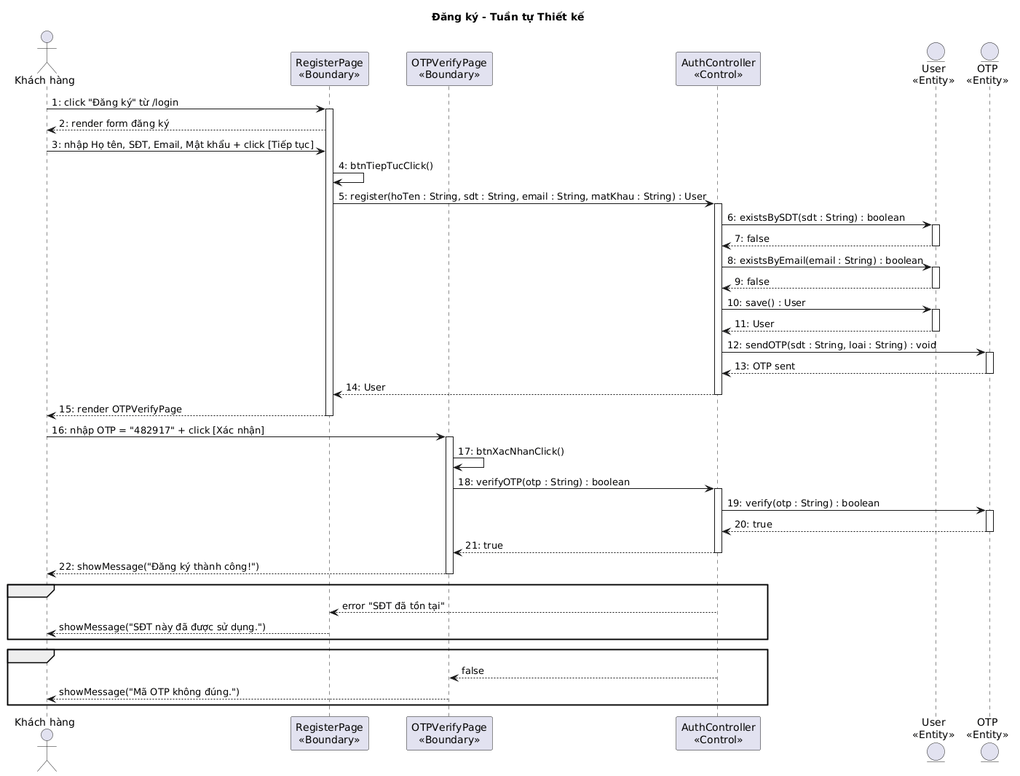
Before: output/diagrams/account_seq_register_design.png, a diagram exported from PlantUML (thanhtrnnn/cnpm).
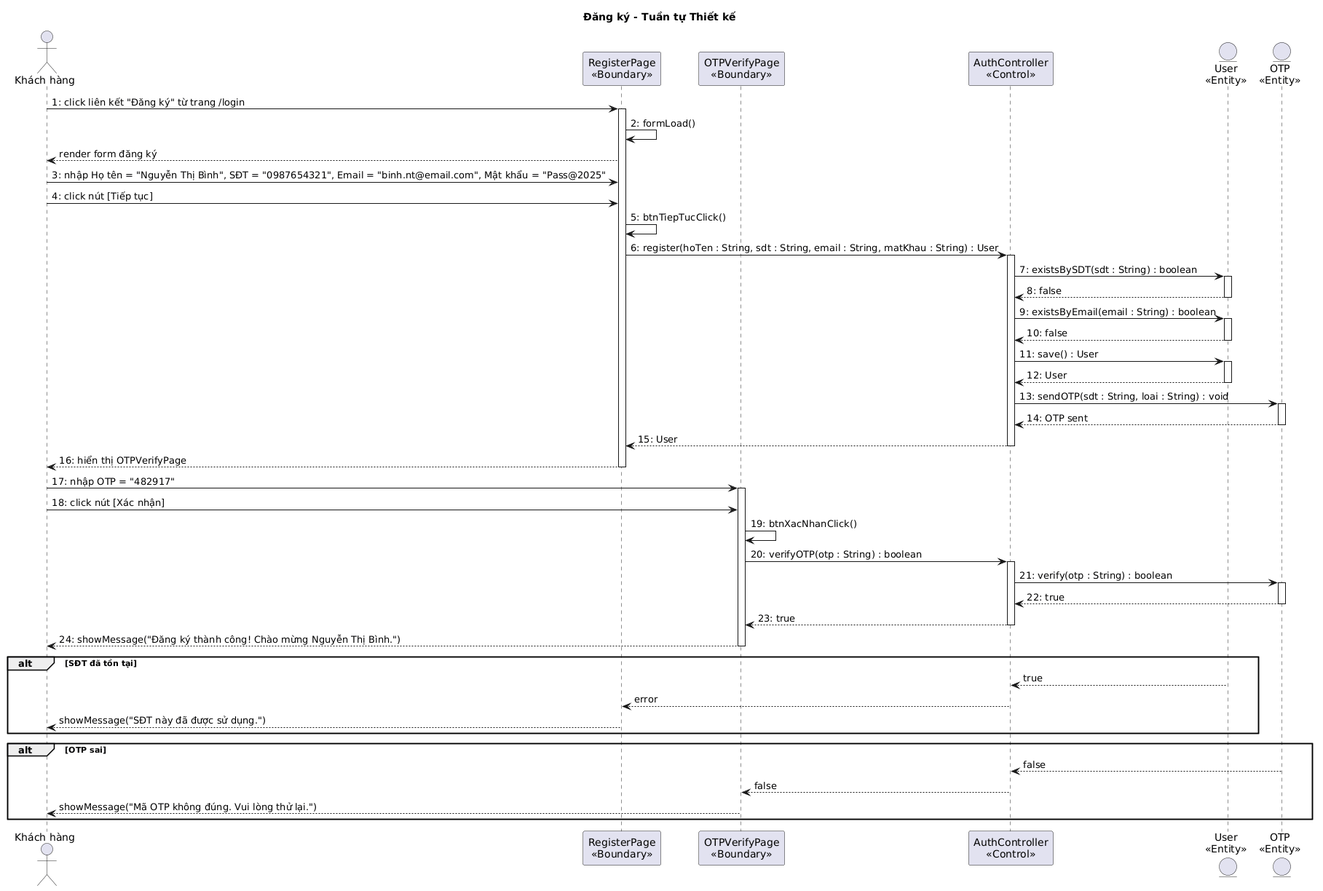
Above is the later version.

Change to the diagram source:
```diff
@@ -8,55 +8,60 @@
 entity "User\n<<Entity>>" as E1
 entity "OTP\n<<Entity>>" as E2
 
-KH -> B1 : 1: click "Đăng ký" từ /login
+KH -> B1 : 1: click liên kết "Đăng ký" từ trang /login
 activate B1
-B1 --> KH : 2: render form đăng ký
-KH -> B1 : 3: nhập Họ tên, SĐT, Email, Mật khẩu + click [Tiếp tục]
-B1 -> B1 : 4: btnTiepTucClick()
-B1 -> C1 : 5: register(hoTen : String, sdt : String, email : String, matKhau : String) : User
+B1 -> B1 : 2: formLoad()
+B1 --> KH : render form đăng ký
+KH -> B1 : 3: nhập Họ tên = "Nguyễn Thị Bình", SĐT = "0987654321", Email = "binh.nt@email.com", Mật khẩu = "Pass@2025"
+KH -> B1 : 4: click nút [Tiếp tục]
+B1 -> B1 : 5: btnTiepTucClick()
+B1 -> C1 : 6: register(hoTen : String, sdt : String, email : String, matKhau : String) : User
 activate C1
-C1 -> E1 : 6: existsBySDT(sdt : String) : boolean
+C1 -> E1 : 7: existsBySDT(sdt : String) : boolean
 activate E1
-E1 --> C1 : 7: false
+E1 --> C1 : 8: false
 deactivate E1
-C1 -> E1 : 8: existsByEmail(email : String) : boolean
+C1 -> E1 : 9: existsByEmail(email : String) : boolean
 activate E1
-E1 --> C1 : 9: false
+E1 --> C1 : 10: false
 deactivate E1
-C1 -> E1 : 10: save() : User
+C1 -> E1 : 11: save() : User
 activate E1
-E1 --> C1 : 11: User
+E1 --> C1 : 12: User
 deactivate E1
-C1 -> E2 : 12: sendOTP(sdt : String, loai : String) : void
+C1 -> E2 : 13: sendOTP(sdt : String, loai : String) : void
 activate E2
-E2 --> C1 : 13: OTP sent
+E2 --> C1 : 14: OTP sent
 deactivate E2
-C1 --> B1 : 14: User
+C1 --> B1 : 15: User
 deactivate C1
-B1 --> KH : 15: render OTPVerifyPage
+B1 --> KH : 16: hiển thị OTPVerifyPage
 deactivate B1
 
-KH -> B2 : 16: nhập OTP = "482917" + click [Xác nhận]
+KH -> B2 : 17: nhập OTP = "482917"
 activate B2
-B2 -> B2 : 17: btnXacNhanClick()
-B2 -> C1 : 18: verifyOTP(otp : String) : boolean
+KH -> B2 : 18: click nút [Xác nhận]
+B2 -> B2 : 19: btnXacNhanClick()
+B2 -> C1 : 20: verifyOTP(otp : String) : boolean
 activate C1
-C1 -> E2 : 19: verify(otp : String) : boolean
+C1 -> E2 : 21: verify(otp : String) : boolean
 activate E2
-E2 --> C1 : 20: true
+E2 --> C1 : 22: true
 deactivate E2
-C1 --> B2 : 21: true
+C1 --> B2 : 23: true
 deactivate C1
-B2 --> KH : 22: showMessage("Đăng ký thành công!")
+B2 --> KH : 24: showMessage("Đăng ký thành công! Chào mừng Nguyễn Thị Bình.")
 deactivate B2
 
-alt existsBySDT() trả về true
-  C1 --> B1 : error "SĐT đã tồn tại"
+alt SĐT đã tồn tại
+  E1 --> C1 : true
+  C1 --> B1 : error
   B1 --> KH : showMessage("SĐT này đã được sử dụng.")
 end
 
-alt verify() trả về false
+alt OTP sai
+  E2 --> C1 : false
   C1 --> B2 : false
-  B2 --> KH : showMessage("Mã OTP không đúng.")
+  B2 --> KH : showMessage("Mã OTP không đúng. Vui lòng thử lại.")
 end
 @enduml
```
